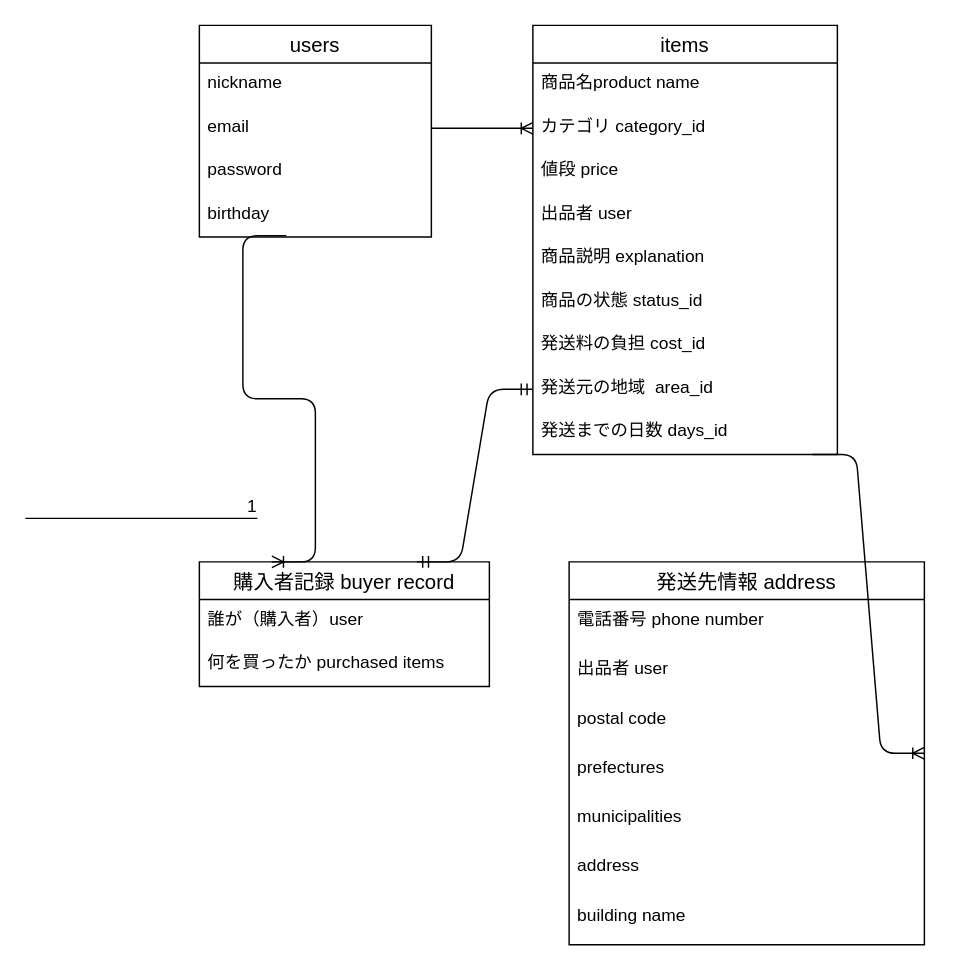
Above: test.dio in torennchi/furima35362 (draw.io), before the change. Source tidied: cells renumbered, new cells numbered last; positions are measured from the earlier drawing's top-left corner, leaving out a move shared by most shapes. Both pictures are drawn from the tidied source at 145%, with x=0, y=0 at pixel (25, 25).
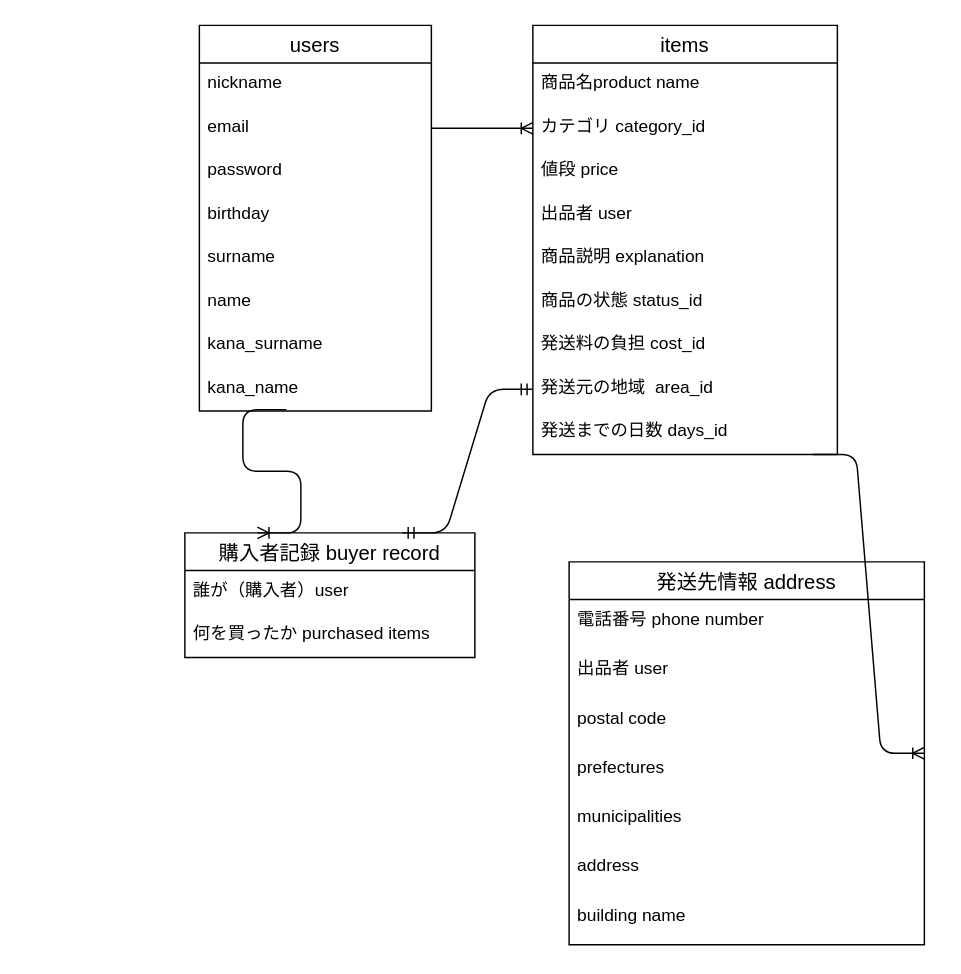
The same diagram, later.

Unchanged cells that the change refers to:
```xml
<mxCell id="16" value="birthday" style="text;strokeColor=none;fillColor=none;spacingLeft=4;spacingRight=4;overflow=hidden;points=[[0,0.5],[1,0.5]];portConstraint=eastwest;fontSize=12;" parent="12" vertex="1">
  <mxGeometry y="116" width="160" height="30" as="geometry" />
</mxCell>
```

Change to the diagram source:
```diff
@@
     <mxCell id="12" value="users" style="swimlane;fontStyle=0;horizontal=1;startSize=26;align=center;fontSize=14;" parent="1" vertex="1">
-      <mxGeometry x="120" width="160" height="146" as="geometry" />
+      <mxGeometry x="120" width="160" height="266" as="geometry" />
     </mxCell>
@@
+    <mxCell id="34" value="surname" style="text;strokeColor=none;fillColor=none;spacingLeft=4;spacingRight=4;overflow=hidden;fontSize=12;" parent="12" vertex="1">
+      <mxGeometry y="146" width="160" height="30" as="geometry" />
+    </mxCell>
+    <mxCell id="35" value="name " style="text;strokeColor=none;fillColor=none;spacingLeft=4;spacingRight=4;overflow=hidden;fontSize=12;" parent="12" vertex="1">
+      <mxGeometry y="176" width="160" height="30" as="geometry" />
+    </mxCell>
+    <mxCell id="36" value="kana_surname " style="text;strokeColor=none;fillColor=none;spacingLeft=4;spacingRight=4;overflow=hidden;fontSize=12;" parent="12" vertex="1">
+      <mxGeometry y="206" width="160" height="30" as="geometry" />
+    </mxCell>
+    <mxCell id="37" value="kana_name " style="text;strokeColor=none;fillColor=none;spacingLeft=4;spacingRight=4;overflow=hidden;points=[[0,0.5],[1,0.5]];portConstraint=eastwest;fontSize=12;" parent="12" vertex="1">
+      <mxGeometry y="236" width="160" height="30" as="geometry" />
+    </mxCell>
     <mxCell id="17" value="購入者記録 buyer record" style="swimlane;fontStyle=0;horizontal=1;startSize=26;align=center;fontSize=14;" parent="1" vertex="1">
-      <mxGeometry x="120" y="370" width="200" height="86" as="geometry" />
+      <mxGeometry x="110" y="350" width="200" height="86" as="geometry" />
     </mxCell>
@@
-    <mxCell id="29" style="edgeStyle=entityRelationEdgeStyle;fontSize=12;html=1;endArrow=ERoneToMany;exitX=0.375;exitY=0.967;exitDx=0;exitDy=0;entryX=0.25;entryY=0;entryDx=0;entryDy=0;exitPerimeter=0;" parent="1" edge="1" source="16" target="17">
-      <mxGeometry relative="1" as="geometry" />
-    </mxCell>
+    <mxCell id="38" style="edgeStyle=entityRelationEdgeStyle;fontSize=12;html=1;endArrow=ERoneToMany;exitX=0.375;exitY=0.967;exitDx=0;exitDy=0;entryX=0.25;entryY=0;entryDx=0;entryDy=0;exitPerimeter=0;" parent="1" edge="1" source="37" target="17">
+      <mxGeometry relative="1" as="geometry" />
+    </mxCell>
@@
-    <mxCell id="32" style="endArrow=none;html=1;rounded=0;" parent="1" edge="1">
-      <mxGeometry relative="1" as="geometry">
-        <mxPoint y="340" as="sourcePoint" />
-        <mxPoint x="160" y="340" as="targetPoint" />
-      </mxGeometry>
-    </mxCell>
-    <mxCell id="33" value="1" style="html=1;align=right;verticalAlign=bottom;" parent="32" vertex="1">
-      <mxGeometry x="1" relative="1" as="geometry" />
-    </mxCell>
```
